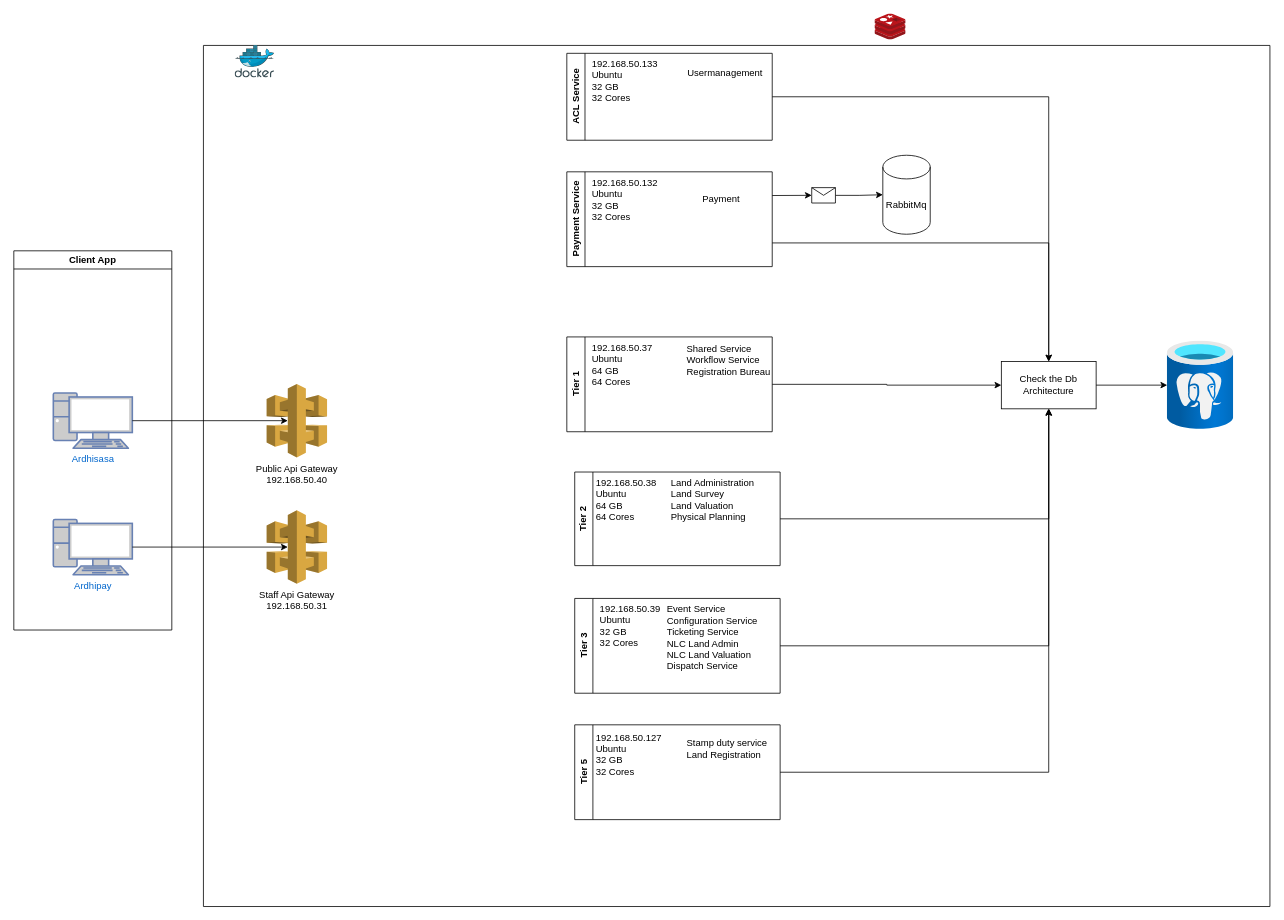
The draw.io diagram architecture.drawio in pascalokoth/BPMN, before the edit. Source tidied: cells renumbered, new cells numbered last; positions are measured from the earlier drawing's top-left corner, leaving out a move shared by most shapes. Both pictures are drawn from the tidied source at 79%, with x=0, y=0 at pixel (13, 13).
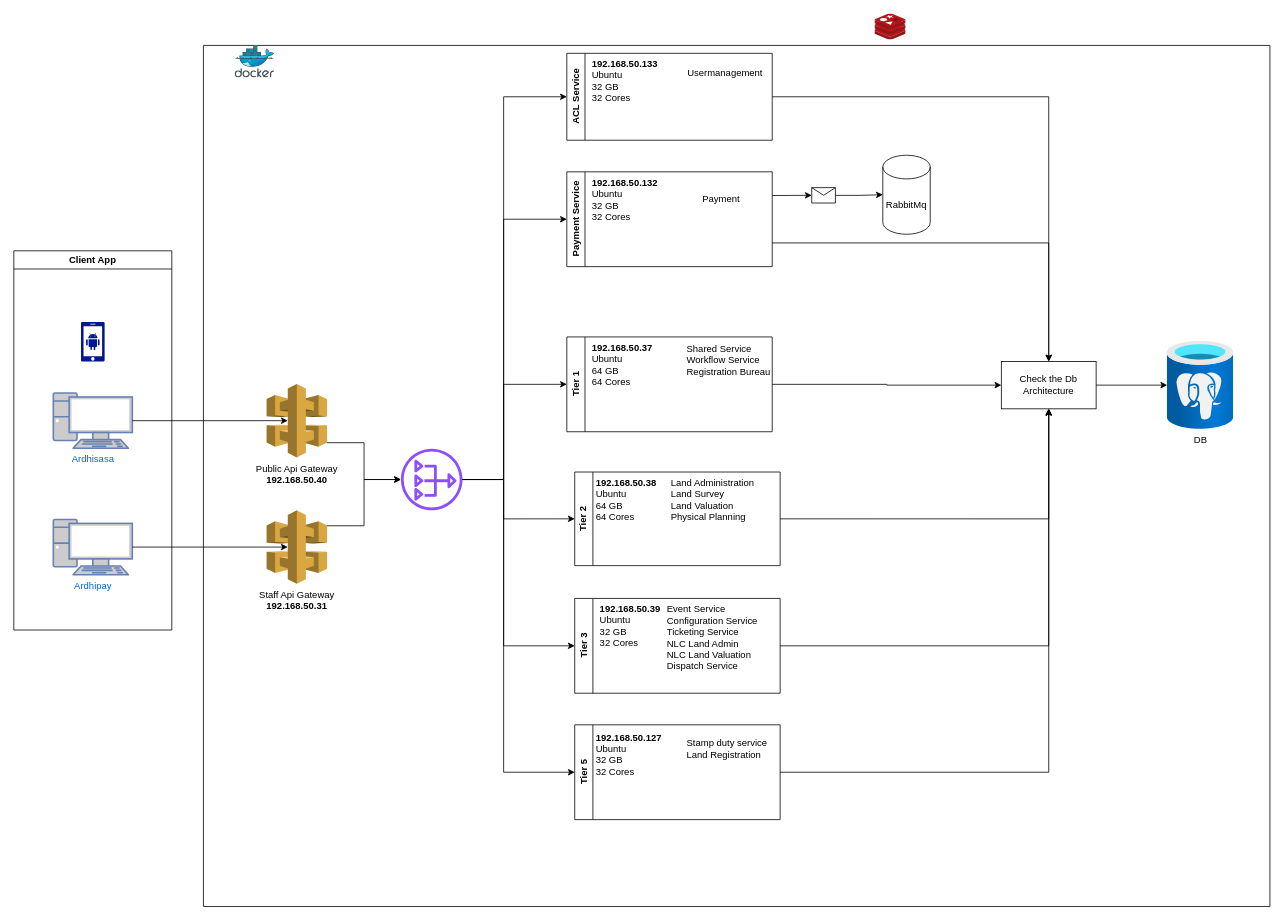
The same diagram, later.

The change refers to these unchanged cells:
```xml
<mxCell id="2" style="swimlane;startSize=0;" parent="1" vertex="1">
  <mxGeometry x="240" y="40" width="1350" height="1090" as="geometry" />
</mxCell>
<mxCell id="6" value="Client App" style="swimlane;" parent="1" vertex="1">
  <mxGeometry y="300" width="200" height="480" as="geometry" />
</mxCell>
<mxCell id="12" style="group;" parent="1" vertex="1">
  <mxGeometry x="700" y="50" width="854" height="910" as="geometry" />
</mxCell>
<mxCell id="13" value="ACL Service" style="swimlane;horizontal=0;whiteSpace=wrap;html=1;" parent="12" vertex="1">
  <mxGeometry width="260" height="110" as="geometry" />
</mxCell>
<mxCell id="16" value="Payment Service" style="swimlane;horizontal=0;whiteSpace=wrap;html=1;" parent="12" vertex="1">
  <mxGeometry y="150" width="260" height="120" as="geometry" />
</mxCell>
<mxCell id="19" value="Tier 1" style="swimlane;horizontal=0;whiteSpace=wrap;html=1;" parent="12" vertex="1">
  <mxGeometry y="359" width="260" height="120" as="geometry" />
</mxCell>
<mxCell id="22" value="Tier 2" style="swimlane;horizontal=0;whiteSpace=wrap;html=1;" parent="12" vertex="1">
  <mxGeometry x="10" y="530" width="260" height="118.5" as="geometry" />
</mxCell>
<mxCell id="25" value="Tier 3" style="swimlane;horizontal=0;whiteSpace=wrap;html=1;" parent="12" vertex="1">
  <mxGeometry x="10" y="690" width="260" height="120" as="geometry" />
</mxCell>
<mxCell id="28" value="Tier 5" style="swimlane;horizontal=0;whiteSpace=wrap;html=1;" parent="12" vertex="1">
  <mxGeometry x="10" y="850" width="260" height="120" as="geometry" />
</mxCell>
```

The edit, as a diff of the source:
```diff
@@
+    <mxCell id="44" style="edgeStyle=orthogonalEdgeStyle;rounded=0;jettySize=auto;html=1;exitX=1;exitY=0.8;exitDx=0;exitDy=0;exitPerimeter=0;" parent="2" edge="1" source="4" target="46">
+      <mxGeometry relative="1" as="geometry" />
+    </mxCell>
-    <mxCell id="4" value="Public Api Gateway&lt;br&gt;192.168.50.40" style="outlineConnect=0;dashed=0;verticalLabelPosition=bottom;verticalAlign=top;align=center;html=1;shape=mxgraph.aws3.api_gateway;fillColor=#D9A741;gradientColor=none;" parent="2" vertex="1">
+    <mxCell id="4" value="Public Api Gateway&lt;br&gt;&lt;b&gt;192.168.50.40&lt;/b&gt;" style="outlineConnect=0;dashed=0;verticalLabelPosition=bottom;verticalAlign=top;align=center;html=1;shape=mxgraph.aws3.api_gateway;fillColor=#D9A741;gradientColor=none;" parent="2" vertex="1">
       <mxGeometry x="80" y="428.5" width="76.5" height="93" as="geometry" />
     </mxCell>
+    <mxCell id="45" style="edgeStyle=orthogonalEdgeStyle;rounded=0;jettySize=auto;html=1;exitX=1;exitY=0.21;exitDx=0;exitDy=0;exitPerimeter=0;" parent="2" edge="1" source="5" target="46">
+      <mxGeometry relative="1" as="geometry" />
+    </mxCell>
-    <mxCell id="5" value="Staff Api Gateway&lt;br&gt;192.168.50.31" style="outlineConnect=0;dashed=0;verticalLabelPosition=bottom;verticalAlign=top;align=center;html=1;shape=mxgraph.aws3.api_gateway;fillColor=#D9A741;gradientColor=none;" parent="2" vertex="1">
+    <mxCell id="5" value="Staff Api Gateway&lt;br&gt;&lt;b&gt;192.168.50.31&lt;/b&gt;" style="outlineConnect=0;dashed=0;verticalLabelPosition=bottom;verticalAlign=top;align=center;html=1;shape=mxgraph.aws3.api_gateway;fillColor=#D9A741;gradientColor=none;" parent="2" vertex="1">
       <mxGeometry x="80" y="588.5" width="76.5" height="93" as="geometry" />
     </mxCell>
+    <mxCell id="46" style="sketch=0;outlineConnect=0;fontColor=#232F3E;gradientColor=none;fillColor=#8C4FFF;strokeColor=none;dashed=0;verticalLabelPosition=bottom;verticalAlign=top;align=center;html=1;fontSize=12;fontStyle=0;shape=mxgraph.aws4.nat_gateway;" parent="2" vertex="1">
+      <mxGeometry x="250" y="510.5" width="78" height="78" as="geometry" />
+    </mxCell>
@@
+    <mxCell id="47" style="sketch=0;shadow=0;dashed=0;html=1;strokeColor=none;labelPosition=center;verticalLabelPosition=bottom;verticalAlign=top;align=center;fillColor=#00188D;shape=mxgraph.mscae.enterprise.android_phone;" parent="6" vertex="1">
+      <mxGeometry x="85" y="90" width="30" height="50" as="geometry" />
+    </mxCell>
@@
-    <mxCell id="14" value="192.168.50.133&lt;br&gt;Ubuntu&lt;br&gt;32 GB&lt;br&gt;32 Cores" style="text;html=1;align=left;verticalAlign=middle;strokeColor=none;fillColor=none;" parent="13" vertex="1">
+    <mxCell id="14" value="&lt;b&gt;192.168.50.133&lt;br&gt;&lt;/b&gt;Ubuntu&lt;br&gt;32 GB&lt;br&gt;32 Cores" style="text;html=1;align=left;verticalAlign=middle;strokeColor=none;fillColor=none;" parent="13" vertex="1">
       <mxGeometry x="30" width="110" height="70" as="geometry" />
     </mxCell>
@@
-    <mxCell id="17" value="&lt;span style=&quot;background-color: initial;&quot;&gt;192.168.50.132&lt;/span&gt;&lt;br&gt;&lt;span style=&quot;background-color: initial;&quot;&gt;Ubuntu&lt;/span&gt;&lt;br&gt;&lt;span style=&quot;background-color: initial;&quot;&gt;32 GB&lt;/span&gt;&lt;br&gt;&lt;span style=&quot;background-color: initial;&quot;&gt;32 Cores&lt;/span&gt;" style="text;html=1;align=left;verticalAlign=middle;strokeColor=none;fillColor=none;" parent="16" vertex="1">
+    <mxCell id="17" value="&lt;span style=&quot;background-color: initial;&quot;&gt;&lt;b&gt;192.168.50.132&lt;/b&gt;&lt;/span&gt;&lt;br&gt;&lt;span style=&quot;background-color: initial;&quot;&gt;Ubuntu&lt;/span&gt;&lt;br&gt;&lt;span style=&quot;background-color: initial;&quot;&gt;32 GB&lt;/span&gt;&lt;br&gt;&lt;span style=&quot;background-color: initial;&quot;&gt;32 Cores&lt;/span&gt;" style="text;html=1;align=left;verticalAlign=middle;strokeColor=none;fillColor=none;" parent="16" vertex="1">
       <mxGeometry x="30" width="110" height="70" as="geometry" />
     </mxCell>
@@
-    <mxCell id="20" value="&lt;span style=&quot;background-color: initial;&quot;&gt;192.168.50.37&lt;/span&gt;&lt;br&gt;&lt;span style=&quot;background-color: initial;&quot;&gt;Ubuntu&lt;/span&gt;&lt;br&gt;&lt;span style=&quot;background-color: initial;&quot;&gt;64 GB&lt;/span&gt;&lt;br&gt;&lt;span style=&quot;background-color: initial;&quot;&gt;64 Cores&lt;/span&gt;" style="text;html=1;align=left;verticalAlign=middle;strokeColor=none;fillColor=none;" parent="19" vertex="1">
+    <mxCell id="20" value="&lt;b&gt;&lt;span style=&quot;background-color: initial;&quot;&gt;192.168.50.37&lt;/span&gt;&lt;br&gt;&lt;/b&gt;&lt;span style=&quot;background-color: initial;&quot;&gt;Ubuntu&lt;/span&gt;&lt;br&gt;&lt;span style=&quot;background-color: initial;&quot;&gt;64 GB&lt;/span&gt;&lt;br&gt;&lt;span style=&quot;background-color: initial;&quot;&gt;64 Cores&lt;/span&gt;" style="text;html=1;align=left;verticalAlign=middle;strokeColor=none;fillColor=none;" parent="19" vertex="1">
       <mxGeometry x="30" width="100" height="70" as="geometry" />
     </mxCell>
@@
-    <mxCell id="23" value="192.168.50.38&lt;br style=&quot;border-color: var(--border-color);&quot;&gt;&lt;span style=&quot;border-color: var(--border-color); background-color: initial;&quot;&gt;Ubuntu&lt;/span&gt;&lt;br style=&quot;border-color: var(--border-color);&quot;&gt;&lt;span style=&quot;border-color: var(--border-color); background-color: initial;&quot;&gt;64 GB&lt;/span&gt;&lt;br style=&quot;border-color: var(--border-color);&quot;&gt;&lt;span style=&quot;border-color: var(--border-color); background-color: initial;&quot;&gt;64 Cores&lt;/span&gt;" style="text;html=1;align=left;verticalAlign=middle;strokeColor=none;fillColor=none;" parent="22" vertex="1">
+    <mxCell id="23" value="&lt;b&gt;192.168.50.38&lt;/b&gt;&lt;br style=&quot;border-color: var(--border-color);&quot;&gt;&lt;span style=&quot;border-color: var(--border-color); background-color: initial;&quot;&gt;Ubuntu&lt;/span&gt;&lt;br style=&quot;border-color: var(--border-color);&quot;&gt;&lt;span style=&quot;border-color: var(--border-color); background-color: initial;&quot;&gt;64 GB&lt;/span&gt;&lt;br style=&quot;border-color: var(--border-color);&quot;&gt;&lt;span style=&quot;border-color: var(--border-color); background-color: initial;&quot;&gt;64 Cores&lt;/span&gt;" style="text;html=1;align=left;verticalAlign=middle;strokeColor=none;fillColor=none;" parent="22" vertex="1">
       <mxGeometry x="25" width="100" height="70" as="geometry" />
     </mxCell>
@@
-    <mxCell id="26" value="192.168.50.39&lt;br&gt;Ubuntu&lt;br&gt;32 GB&lt;br&gt;32 Cores" style="text;html=1;align=left;verticalAlign=middle;strokeColor=none;fillColor=none;" parent="25" vertex="1">
+    <mxCell id="26" value="&lt;b&gt;192.168.50.39&lt;br&gt;&lt;/b&gt;Ubuntu&lt;br&gt;32 GB&lt;br&gt;32 Cores" style="text;html=1;align=left;verticalAlign=middle;strokeColor=none;fillColor=none;" parent="25" vertex="1">
       <mxGeometry x="30" width="100" height="70" as="geometry" />
     </mxCell>
@@
-    <mxCell id="30" value="192.168.50.127&lt;br&gt;Ubuntu&lt;br&gt;32 GB&lt;br&gt;32 Cores&lt;div&gt;&lt;br/&gt;&lt;/div&gt;" style="text;html=1;align=left;verticalAlign=middle;strokeColor=none;fillColor=none;" parent="28" vertex="1">
+    <mxCell id="30" value="&lt;b&gt;192.168.50.127&lt;br&gt;&lt;/b&gt;Ubuntu&lt;br&gt;32 GB&lt;br&gt;32 Cores&lt;div&gt;&lt;br&gt;&lt;/div&gt;" style="text;html=1;align=left;verticalAlign=middle;strokeColor=none;fillColor=none;" parent="28" vertex="1">
       <mxGeometry x="25" width="110" height="90" as="geometry" />
     </mxCell>
@@
-    <mxCell id="42" style="image;html=1;points=[];align=center;fontSize=12;image=img/lib/azure2/databases/Azure_Database_PostgreSQL_Server.svg;" parent="12" vertex="1">
+    <mxCell id="42" value="DB" style="image;html=1;points=[];align=center;fontSize=12;image=img/lib/azure2/databases/Azure_Database_PostgreSQL_Server.svg;" parent="12" vertex="1">
       <mxGeometry x="760" y="364" width="84" height="112" as="geometry" />
     </mxCell>
@@
+    <mxCell id="48" style="edgeStyle=orthogonalEdgeStyle;rounded=0;jettySize=auto;html=1;entryX=0;entryY=0.5;entryDx=0;entryDy=0;" parent="1" edge="1" source="46" target="13">
+      <mxGeometry relative="1" as="geometry">
+        <Array as="points">
+          <mxPoint x="620" y="589" />
+          <mxPoint x="620" y="105" />
+        </Array>
+      </mxGeometry>
+    </mxCell>
+    <mxCell id="49" style="edgeStyle=orthogonalEdgeStyle;rounded=0;jettySize=auto;html=1;entryX=0;entryY=0.5;entryDx=0;entryDy=0;" parent="1" edge="1" source="46" target="28">
+      <mxGeometry relative="1" as="geometry">
+        <Array as="points">
+          <mxPoint x="620" y="589" />
+          <mxPoint x="620" y="960" />
+        </Array>
+      </mxGeometry>
+    </mxCell>
+    <mxCell id="50" style="edgeStyle=orthogonalEdgeStyle;rounded=0;jettySize=auto;html=1;entryX=0;entryY=0.5;entryDx=0;entryDy=0;" parent="1" edge="1" source="46" target="16">
+      <mxGeometry relative="1" as="geometry">
+        <Array as="points">
+          <mxPoint x="620" y="589" />
+          <mxPoint x="620" y="260" />
+        </Array>
+      </mxGeometry>
+    </mxCell>
+    <mxCell id="51" style="edgeStyle=orthogonalEdgeStyle;rounded=0;jettySize=auto;html=1;entryX=0;entryY=0.5;entryDx=0;entryDy=0;" parent="1" edge="1" source="46" target="19">
+      <mxGeometry relative="1" as="geometry">
+        <Array as="points">
+          <mxPoint x="620" y="589" />
+          <mxPoint x="620" y="469" />
+        </Array>
+      </mxGeometry>
+    </mxCell>
+    <mxCell id="52" style="edgeStyle=orthogonalEdgeStyle;rounded=0;jettySize=auto;html=1;entryX=0;entryY=0.5;entryDx=0;entryDy=0;" parent="1" edge="1" source="46" target="22">
+      <mxGeometry relative="1" as="geometry">
+        <Array as="points">
+          <mxPoint x="620" y="589" />
+          <mxPoint x="620" y="639" />
+        </Array>
+      </mxGeometry>
+    </mxCell>
+    <mxCell id="53" style="edgeStyle=orthogonalEdgeStyle;rounded=0;jettySize=auto;html=1;entryX=0;entryY=0.5;entryDx=0;entryDy=0;" parent="1" edge="1" source="46" target="25">
+      <mxGeometry relative="1" as="geometry">
+        <Array as="points">
+          <mxPoint x="620" y="589" />
+          <mxPoint x="620" y="800" />
+        </Array>
+      </mxGeometry>
+    </mxCell>
```
